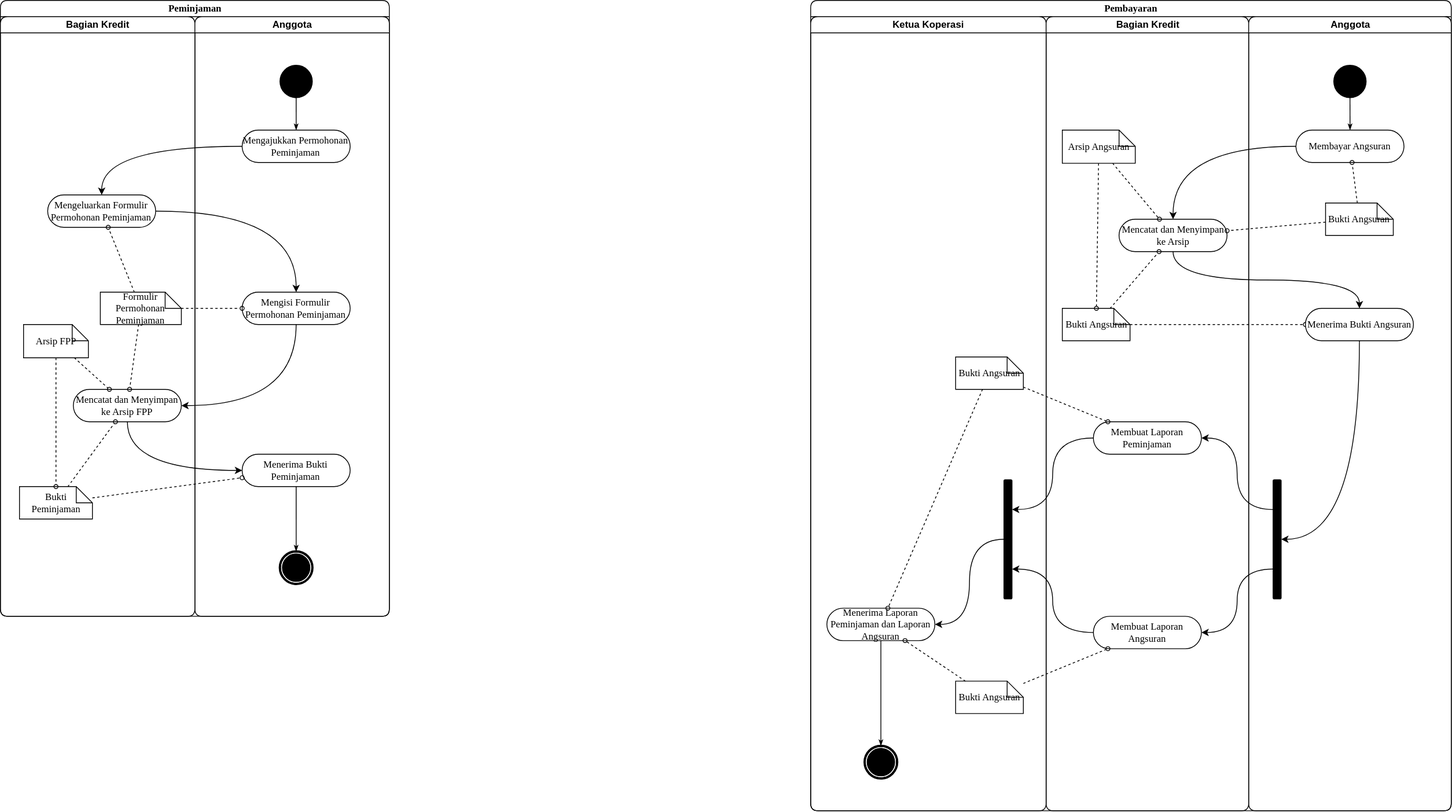
The draw.io diagram apb-koperasi.drawio.svg in fauzan-radji/diagrams, before a commit. Source tidied: cells renumbered, new cells last; positions are measured from the earlier drawing's top-left corner, leaving out a move shared by most shapes.
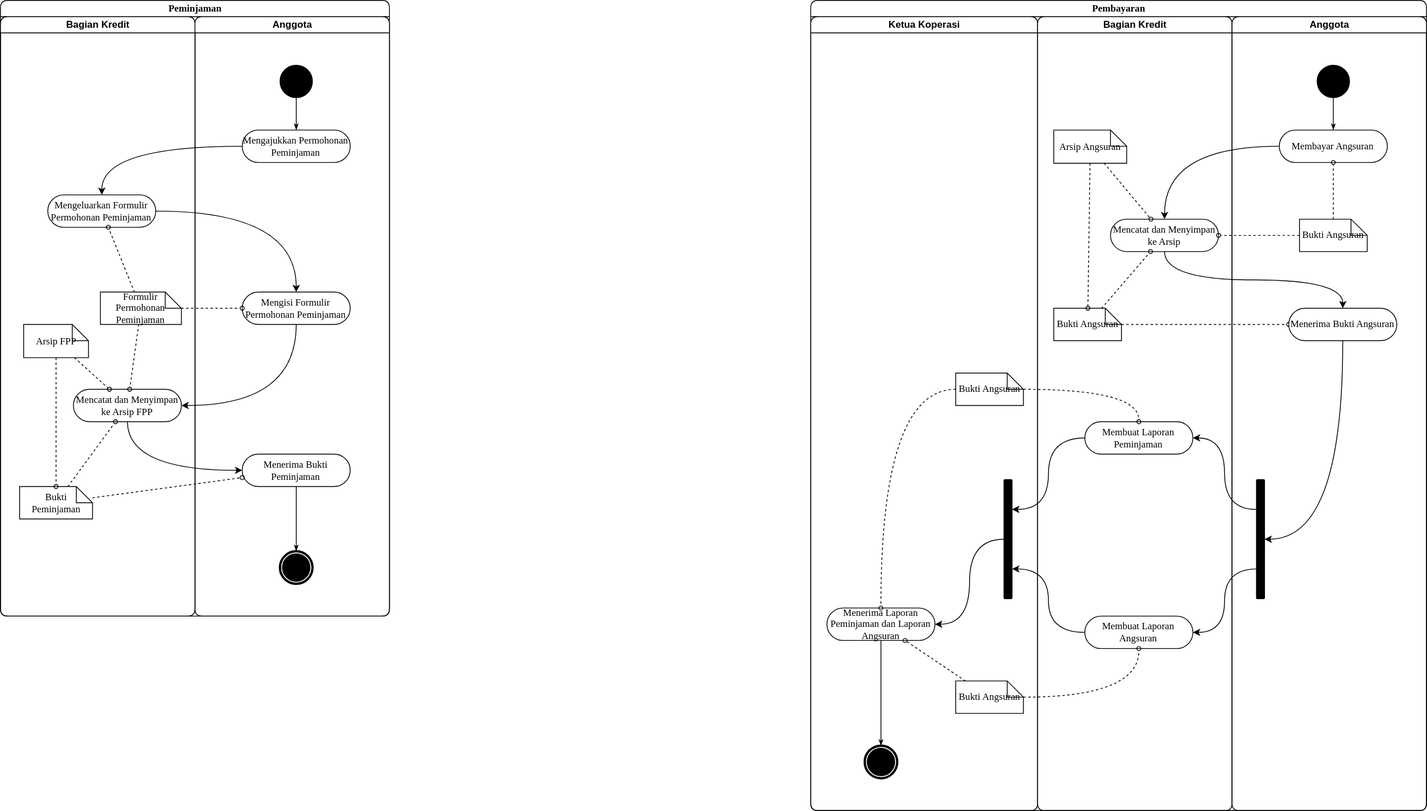
After the commit.

What changed in the source:
```diff
@@ -81,18 +81,18 @@
       <mxGeometry relative="1" as="geometry" />
     </mxCell>
     <mxCell id="28" value="Pembayaran" style="swimlane;html=1;startSize=20;rounded=1;shadow=0;comic=0;labelBackgroundColor=none;strokeWidth=1;fontFamily=Verdana;fontSize=12;align=center;" parent="1" vertex="1">
-      <mxGeometry x="1000" width="790.6" height="1000" as="geometry" />
+      <mxGeometry x="1000" width="760" height="1000" as="geometry" />
     </mxCell>
     <mxCell id="29" value="Ketua Koperasi" style="swimlane;html=1;startSize=20;rounded=1;" parent="28" vertex="1">
-      <mxGeometry y="20" width="290.6" height="980" as="geometry" />
+      <mxGeometry y="20" width="280" height="980" as="geometry" />
     </mxCell>
     <mxCell id="30" value="Menerima Laporan Peminjaman dan Laporan Angsuran" style="rounded=1;html=1;shadow=0;comic=0;labelBackgroundColor=none;strokeWidth=1;fontFamily=Verdana;fontSize=12;align=center;arcSize=50;whiteSpace=wrap;labelBorderColor=none;glass=0;sketch=0;" parent="29" vertex="1">
       <mxGeometry x="20" y="730" width="133.3" height="40" as="geometry" />
     </mxCell>
     <mxCell id="31" value="Bukti Angsuran" style="shape=note;whiteSpace=wrap;html=1;rounded=1;shadow=0;comic=0;labelBackgroundColor=none;strokeWidth=1;fontFamily=Verdana;fontSize=12;align=center;size=20;" parent="29" vertex="1">
-      <mxGeometry x="178.9" y="420" width="83.6" height="40" as="geometry" />
+      <mxGeometry x="178.9" y="440" width="83.6" height="40" as="geometry" />
     </mxCell>
-    <mxCell id="32" style="edgeStyle=none;rounded=1;html=1;dashed=1;labelBackgroundColor=none;startArrow=none;startFill=0;startSize=5;endArrow=oval;endFill=0;endSize=5;jettySize=auto;strokeWidth=1;fontFamily=Verdana;fontSize=12;curved=1;" parent="29" edge="1" source="31" target="30">
+    <mxCell id="32" style="edgeStyle=orthogonalEdgeStyle;rounded=1;html=1;dashed=1;labelBackgroundColor=none;startArrow=none;startFill=0;startSize=5;endArrow=oval;endFill=0;endSize=5;jettySize=auto;strokeWidth=1;fontFamily=Verdana;fontSize=12;curved=1;exitX=0;exitY=0.5;exitDx=0;exitDy=0;exitPerimeter=0;" parent="29" edge="1" source="31" target="30">
       <mxGeometry relative="1" as="geometry" />
     </mxCell>
     <mxCell id="33" value="Bukti Angsuran" style="shape=note;whiteSpace=wrap;html=1;rounded=1;shadow=0;comic=0;labelBackgroundColor=none;strokeWidth=1;fontFamily=Verdana;fontSize=12;align=center;size=20;" parent="29" vertex="1">
@@ -123,7 +123,7 @@
       <mxGeometry relative="1" as="geometry" />
     </mxCell>
     <mxCell id="42" value="Bagian Kredit" style="swimlane;html=1;startSize=20;rounded=1;" parent="28" vertex="1">
-      <mxGeometry x="290.6" y="20" width="250" height="980" as="geometry" />
+      <mxGeometry x="280" y="20" width="240" height="980" as="geometry" />
     </mxCell>
     <mxCell id="43" value="Mencatat dan Menyimpan ke Arsip" style="rounded=1;html=1;shadow=0;comic=0;labelBackgroundColor=none;strokeWidth=1;fontFamily=Verdana;fontSize=12;align=center;arcSize=50;whiteSpace=wrap;labelBorderColor=none;glass=0;sketch=0;" parent="42" vertex="1">
       <mxGeometry x="90" y="250" width="133.3" height="40" as="geometry" />
@@ -155,14 +155,14 @@
     <mxCell id="52" style="edgeStyle=orthogonalEdgeStyle;shape=connector;curved=1;rounded=1;jettySize=auto;html=1;entryX=0.75;entryY=0;entryDx=0;entryDy=0;labelBackgroundColor=default;fontFamily=Helvetica;fontSize=11;fontColor=default;endArrow=classic;strokeColor=default;" parent="28" edge="1" source="50" target="35">
       <mxGeometry relative="1" as="geometry" />
     </mxCell>
-    <mxCell id="53" style="edgeStyle=none;rounded=1;html=1;dashed=1;labelBackgroundColor=none;startArrow=none;startFill=0;startSize=5;endArrow=oval;endFill=0;endSize=5;jettySize=auto;strokeWidth=1;fontFamily=Verdana;fontSize=12;curved=1;" parent="28" edge="1" source="31" target="49">
+    <mxCell id="53" style="edgeStyle=orthogonalEdgeStyle;rounded=1;html=1;dashed=1;labelBackgroundColor=none;startArrow=none;startFill=0;startSize=5;endArrow=oval;endFill=0;endSize=5;jettySize=auto;strokeWidth=1;fontFamily=Verdana;fontSize=12;curved=1;" parent="28" edge="1" source="31" target="49">
       <mxGeometry relative="1" as="geometry" />
     </mxCell>
-    <mxCell id="54" style="edgeStyle=none;rounded=1;html=1;dashed=1;labelBackgroundColor=none;startArrow=none;startFill=0;startSize=5;endArrow=oval;endFill=0;endSize=5;jettySize=auto;strokeWidth=1;fontFamily=Verdana;fontSize=12;curved=1;" parent="28" edge="1" source="33" target="50">
+    <mxCell id="54" style="edgeStyle=orthogonalEdgeStyle;rounded=1;html=1;dashed=1;labelBackgroundColor=none;startArrow=none;startFill=0;startSize=5;endArrow=oval;endFill=0;endSize=5;jettySize=auto;strokeWidth=1;fontFamily=Verdana;fontSize=12;curved=1;" parent="28" edge="1" source="33" target="50">
       <mxGeometry relative="1" as="geometry" />
     </mxCell>
     <mxCell id="55" value="Anggota" style="swimlane;html=1;startSize=20;rounded=1;" parent="28" vertex="1">
-      <mxGeometry x="540.6" y="20" width="250" height="980" as="geometry" />
+      <mxGeometry x="520" y="20" width="240" height="980" as="geometry" />
     </mxCell>
     <mxCell id="56" style="edgeStyle=orthogonalEdgeStyle;rounded=1;html=1;labelBackgroundColor=none;startArrow=none;startFill=0;startSize=5;endArrow=classicThin;endFill=1;endSize=5;jettySize=auto;strokeWidth=1;fontFamily=Verdana;fontSize=12;curved=1;" parent="55" edge="1" source="57" target="58">
       <mxGeometry relative="1" as="geometry" />
@@ -183,7 +183,7 @@
       <mxGeometry x="-38.4" y="640" width="147" height="10" as="geometry" />
     </mxCell>
     <mxCell id="62" value="Bukti Angsuran" style="shape=note;whiteSpace=wrap;html=1;rounded=1;shadow=0;comic=0;labelBackgroundColor=none;strokeWidth=1;fontFamily=Verdana;fontSize=12;align=center;size=20;" parent="55" vertex="1">
-      <mxGeometry x="94.9" y="230" width="83.6" height="40" as="geometry" />
+      <mxGeometry x="83.2" y="250" width="83.6" height="40" as="geometry" />
     </mxCell>
     <mxCell id="63" style="edgeStyle=none;rounded=1;html=1;dashed=1;labelBackgroundColor=none;startArrow=none;startFill=0;startSize=5;endArrow=oval;endFill=0;endSize=5;jettySize=auto;strokeWidth=1;fontFamily=Verdana;fontSize=12;curved=1;" parent="55" edge="1" source="62" target="58">
       <mxGeometry relative="1" as="geometry" />
```
